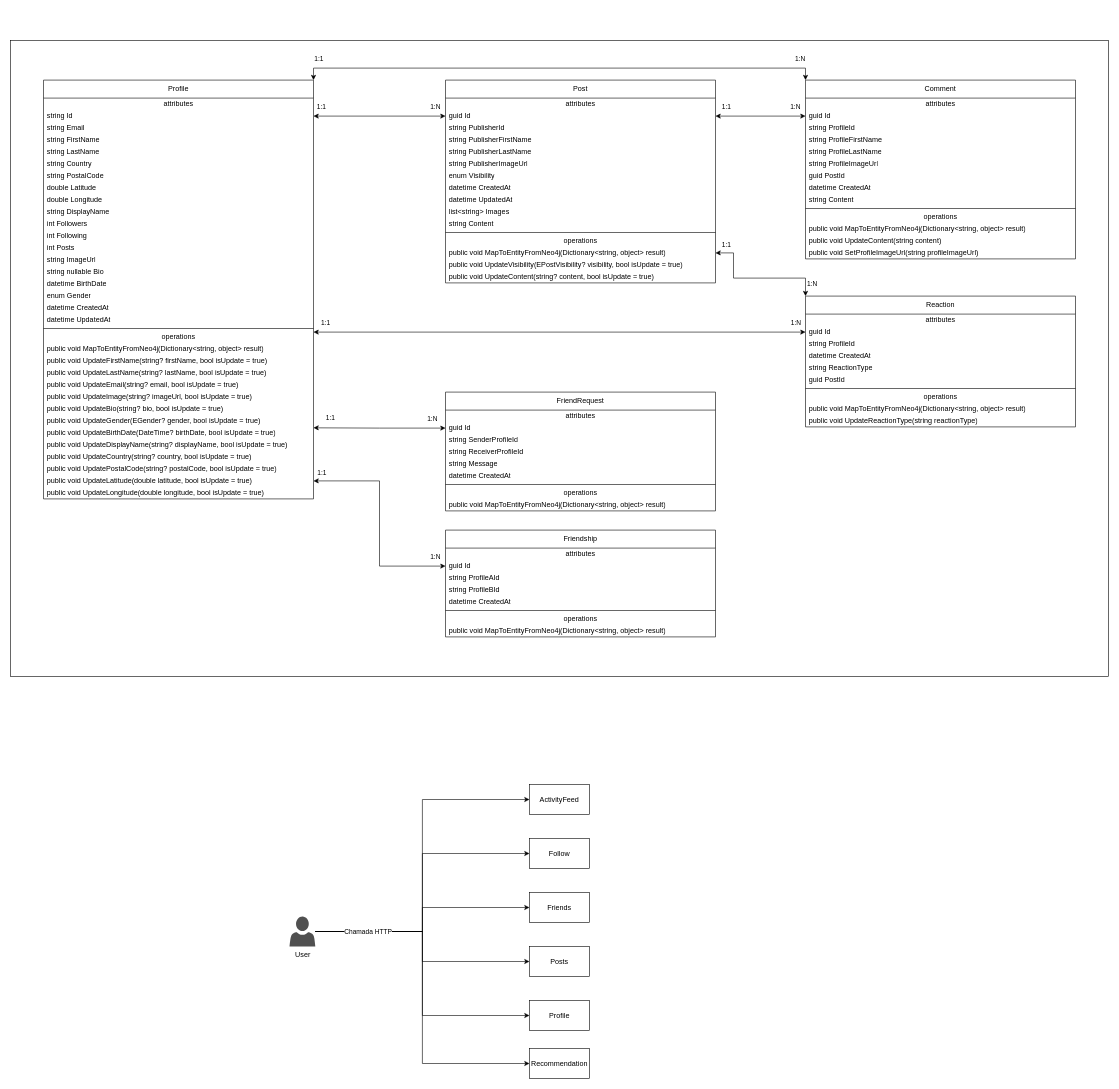
AlanEdward19/ShapeUp keeps this draw.io diagram as page "SocialService" (5 of 35) of Architecture.drawio. Above is the earlier version. Source tidied: cells renumbered, new cells numbered last; positions are measured from the earlier drawing's top-left corner, leaving out a move shared by most shapes. Both pictures are drawn from the tidied source at 60%, with x=0, y=0 at pixel (10, 40).
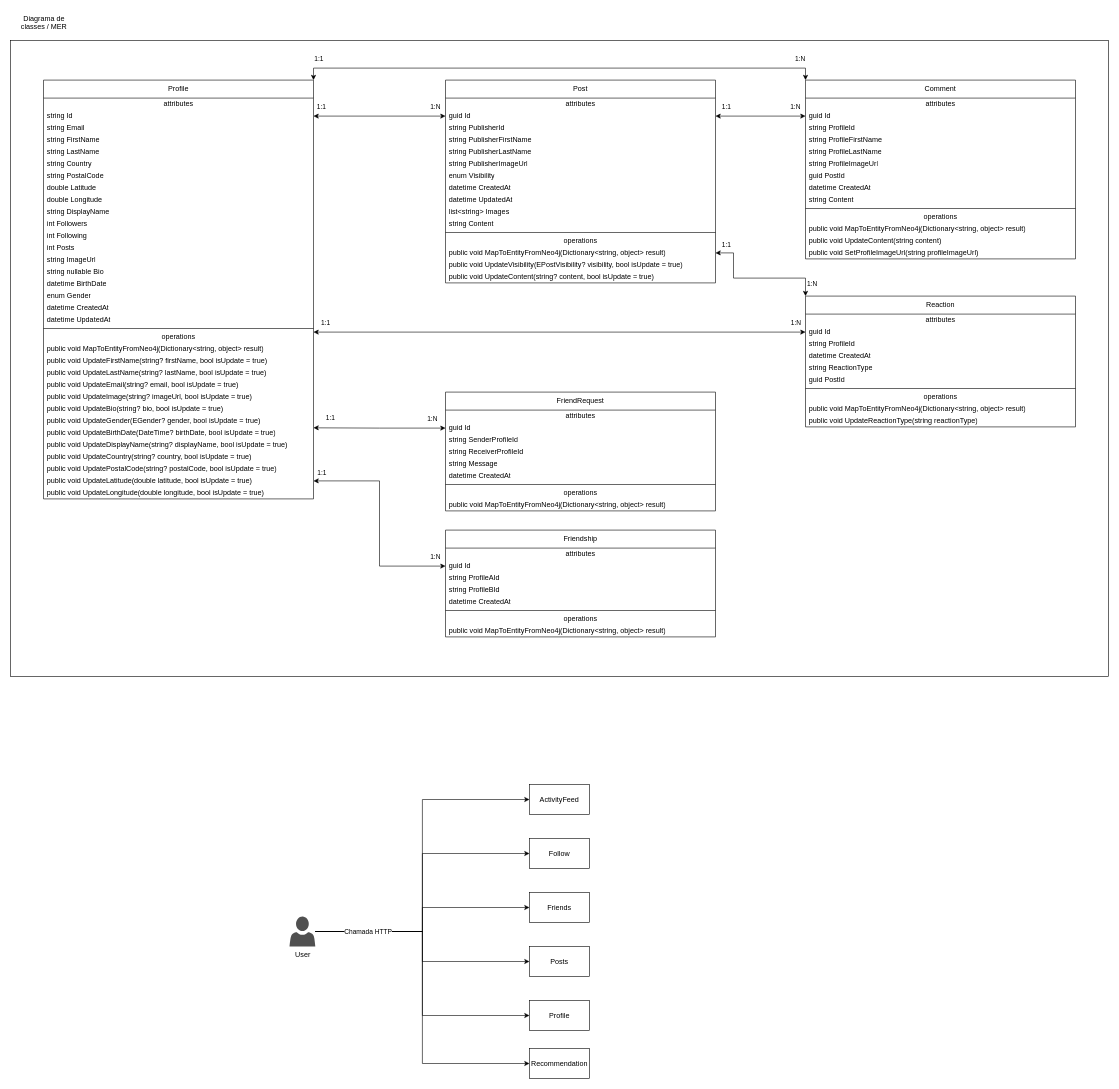
Above is the later version.

Diff of the diagram source:
```diff
@@
+    <mxCell id="137" value="&lt;div style=&quot;text-align: center;&quot;&gt;Diagrama de classes / MER&lt;/div&gt;" style="text;whiteSpace=wrap;html=1;" parent="1" vertex="1">
+      <mxGeometry y="-50" width="110" height="40" as="geometry" />
+    </mxCell>
```
